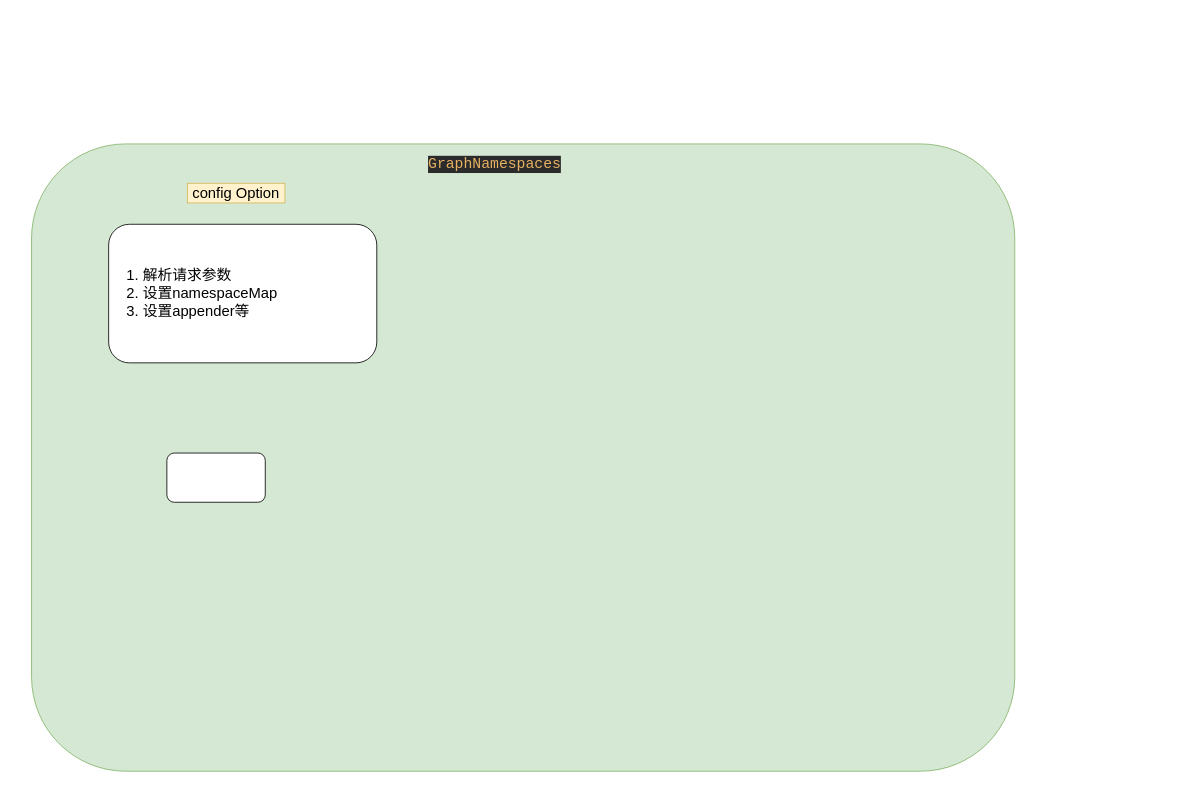
Above: concepts/kiali.drawio in mark8s/service-mesh (draw.io), before the change. Source tidied: cells renumbered, new cells numbered last; positions are measured from the earlier drawing's top-left corner, leaving out a move shared by most shapes. Both pictures are drawn from the tidied source at 82%, with x=0, y=0 at pixel (31, 144).
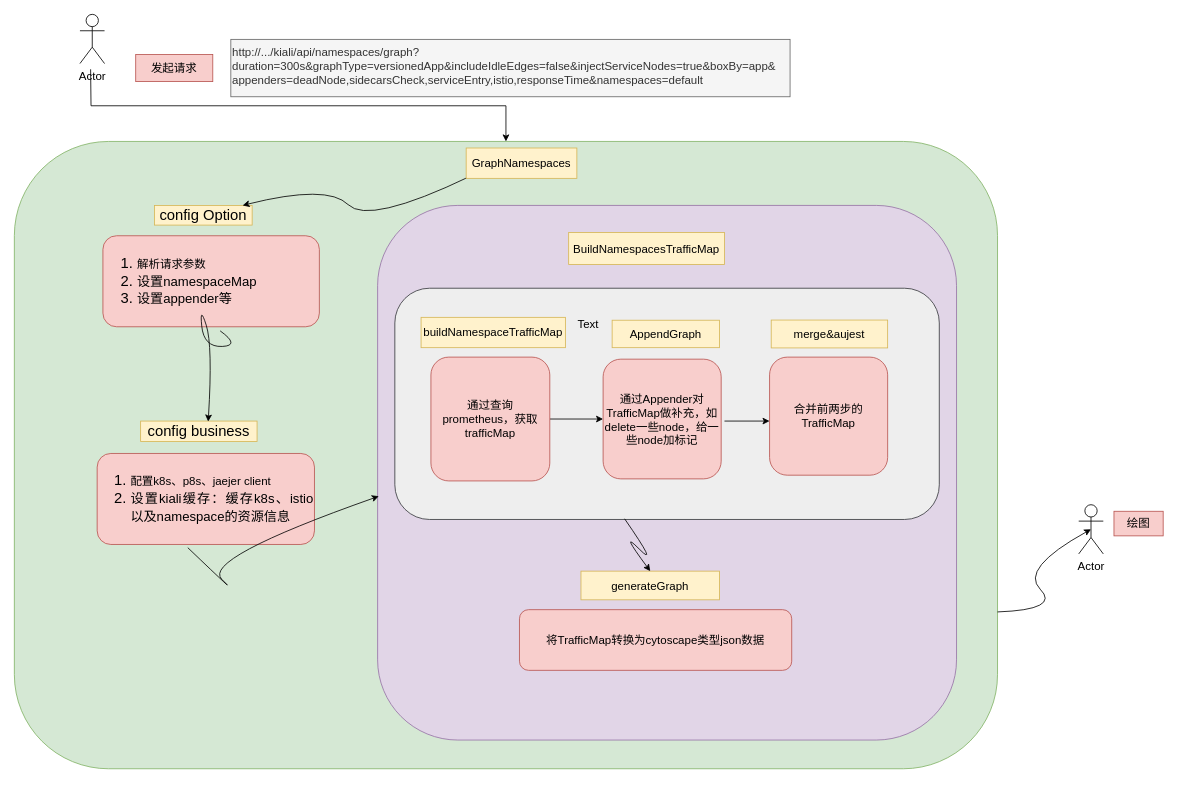
The same diagram, later.

What changed in the source:
```diff
@@
     <mxCell id="2" style="rounded=1;whiteSpace=wrap;html=1;fillColor=#d5e8d4;strokeColor=#82b366;" parent="1" vertex="1">
-      <mxGeometry width="1199" height="765" as="geometry" />
+      <mxGeometry x="-21" y="-3" width="1199" height="765" as="geometry" />
     </mxCell>
-    <mxCell id="3" value="&lt;pre style=&quot;background-color: rgb(43 , 43 , 43) ; color: rgb(169 , 183 , 198) ; font-family: &amp;#34;jetbrains mono&amp;#34; , monospace&quot;&gt;&lt;span style=&quot;color: rgb(230 , 177 , 99)&quot;&gt;&lt;font style=&quot;font-size: 18px&quot;&gt;GraphNamespaces&lt;/font&gt;&lt;/span&gt;&lt;/pre&gt;" style="text;html=1;strokeColor=none;fillColor=none;align=center;verticalAlign=middle;whiteSpace=wrap;rounded=0;" parent="1" vertex="1">
-      <mxGeometry x="535" y="10" width="60" height="30" as="geometry" />
-    </mxCell>
-    <mxCell id="4" style="rounded=1;whiteSpace=wrap;html=1;fontSize=18;" parent="1" vertex="1">
-      <mxGeometry x="165" y="377" width="120" height="60" as="geometry" />
+    <mxCell id="4" value="&lt;ol&gt;&lt;li style=&quot;text-align: justify&quot;&gt;&lt;font style=&quot;font-size: 14px&quot;&gt;配置k8s、p8s、jaejer client&lt;/font&gt;&lt;/li&gt;&lt;li style=&quot;text-align: justify&quot;&gt;&lt;font size=&quot;3&quot;&gt;设置kiali缓存：缓存k8s、istio以及namespace的资源信息&lt;/font&gt;&lt;/li&gt;&lt;/ol&gt;" style="rounded=1;whiteSpace=wrap;html=1;fontSize=18;fillColor=#f8cecc;strokeColor=#b85450;" parent="1" vertex="1">
+      <mxGeometry x="80" y="377.5" width="265" height="111" as="geometry" />
     </mxCell>
-    <mxCell id="5" value="&lt;ol&gt;&lt;li&gt;解析请求参数&lt;/li&gt;&lt;li&gt;设置namespaceMap&lt;/li&gt;&lt;li&gt;设置appender等&lt;/li&gt;&lt;/ol&gt;&lt;div style=&quot;text-align: justify&quot;&gt;&lt;/div&gt;" style="rounded=1;whiteSpace=wrap;html=1;fontSize=18;align=left;" parent="1" vertex="1">
-      <mxGeometry x="94" y="98" width="327" height="169" as="geometry" />
+    <mxCell id="5" value="&lt;ol&gt;&lt;li&gt;&lt;font style=&quot;font-size: 14px&quot;&gt;解析请求参数&lt;/font&gt;&lt;/li&gt;&lt;li&gt;&lt;font size=&quot;3&quot;&gt;设置namespaceMap&lt;/font&gt;&lt;/li&gt;&lt;li&gt;&lt;font size=&quot;3&quot;&gt;设置appender等&lt;/font&gt;&lt;/li&gt;&lt;/ol&gt;&lt;div style=&quot;text-align: justify&quot;&gt;&lt;/div&gt;" style="rounded=1;whiteSpace=wrap;html=1;fontSize=18;align=left;fillColor=#f8cecc;strokeColor=#b85450;" parent="1" vertex="1">
+      <mxGeometry x="87" y="112" width="264" height="111" as="geometry" />
     </mxCell>
     <mxCell id="6" value="config Option" style="text;html=1;strokeColor=#d6b656;fillColor=#fff2cc;align=center;verticalAlign=middle;whiteSpace=wrap;rounded=0;fontSize=18;" parent="1" vertex="1">
-      <mxGeometry x="190" y="48" width="119" height="24" as="geometry" />
+      <mxGeometry x="150" y="75" width="119" height="24" as="geometry" />
     </mxCell>
+    <mxCell id="7" style="curved=1;endArrow=classic;html=1;rounded=0;fontSize=18;" parent="1" edge="1" target="6">
+      <mxGeometry relative="1" as="geometry">
+        <mxPoint x="535" y="39.4" as="sourcePoint" />
+        <Array as="points">
+          <mxPoint x="411" y="99" />
+          <mxPoint x="361" y="49" />
+        </Array>
+      </mxGeometry>
+    </mxCell>
+    <mxCell id="8" value="config business" style="text;html=1;strokeColor=#d6b656;fillColor=#fff2cc;align=center;verticalAlign=middle;whiteSpace=wrap;rounded=0;fontSize=18;" parent="1" vertex="1">
+      <mxGeometry x="133" y="338" width="142" height="25" as="geometry" />
+    </mxCell>
+    <mxCell id="9" style="curved=1;endArrow=classic;html=1;rounded=0;fontSize=18;entryX=0.58;entryY=0.024;entryDx=0;entryDy=0;entryPerimeter=0;" parent="1" edge="1" target="8">
+      <mxGeometry relative="1" as="geometry">
+        <mxPoint x="230" y="228" as="sourcePoint" />
+        <Array as="points">
+          <mxPoint x="255" y="246" />
+          <mxPoint x="210" y="248" />
+          <mxPoint x="205" y="196" />
+          <mxPoint x="221" y="246" />
+        </Array>
+      </mxGeometry>
+    </mxCell>
+    <mxCell id="10" style="rounded=1;whiteSpace=wrap;html=1;fontSize=14;fillColor=#e1d5e7;strokeColor=#9673a6;" parent="1" vertex="1">
+      <mxGeometry x="422" y="75" width="706" height="652" as="geometry" />
+    </mxCell>
+    <mxCell id="11" style="rounded=1;whiteSpace=wrap;html=1;fontSize=14;fillColor=#eeeeee;strokeColor=#36393d;" parent="1" vertex="1">
+      <mxGeometry x="443" y="176" width="664" height="282" as="geometry" />
+    </mxCell>
+    <mxCell id="12" value="BuildNamespacesTrafficMap" style="text;html=1;strokeColor=#d6b656;fillColor=#fff2cc;align=center;verticalAlign=middle;whiteSpace=wrap;rounded=0;fontSize=14;" parent="1" vertex="1">
+      <mxGeometry x="655" y="108" width="190" height="39" as="geometry" />
+    </mxCell>
+    <mxCell id="13" style="edgeStyle=orthogonalEdgeStyle;rounded=0;jettySize=auto;html=1;exitX=1;exitY=0.5;exitDx=0;exitDy=0;entryX=0;entryY=0.5;entryDx=0;entryDy=0;fontSize=14;" parent="1" edge="1" source="14" target="16">
+      <mxGeometry relative="1" as="geometry" />
+    </mxCell>
+    <mxCell id="14" value="通过查询prometheus，获取trafficMap" style="rounded=1;whiteSpace=wrap;html=1;fontSize=14;fillColor=#f8cecc;strokeColor=#b85450;" parent="1" vertex="1">
+      <mxGeometry x="487" y="260" width="145" height="151" as="geometry" />
+    </mxCell>
+    <mxCell id="15" value="buildNamespaceTrafficMap" style="text;html=1;strokeColor=#d6b656;fillColor=#fff2cc;align=center;verticalAlign=middle;whiteSpace=wrap;rounded=0;fontSize=14;" parent="1" vertex="1">
+      <mxGeometry x="475" y="211.5" width="176" height="37" as="geometry" />
+    </mxCell>
+    <mxCell id="16" value="通过Appender对TrafficMap做补充，如delete一些node，给一些node加标记" style="rounded=1;whiteSpace=wrap;html=1;fontSize=14;fillColor=#f8cecc;strokeColor=#b85450;" parent="1" vertex="1">
+      <mxGeometry x="697" y="262.5" width="144" height="146" as="geometry" />
+    </mxCell>
+    <mxCell id="17" value="AppendGraph" style="text;html=1;strokeColor=#d6b656;fillColor=#fff2cc;align=center;verticalAlign=middle;whiteSpace=wrap;rounded=0;fontSize=14;" parent="1" vertex="1">
+      <mxGeometry x="708" y="215" width="131" height="33.5" as="geometry" />
+    </mxCell>
+    <mxCell id="18" value="合并前两步的TrafficMap" style="rounded=1;whiteSpace=wrap;html=1;fontSize=14;fillColor=#f8cecc;strokeColor=#b85450;" parent="1" vertex="1">
+      <mxGeometry x="900" y="260" width="144" height="144" as="geometry" />
+    </mxCell>
+    <mxCell id="19" style="curved=1;endArrow=classic;html=1;rounded=0;fontSize=14;entryX=0.002;entryY=0.544;entryDx=0;entryDy=0;entryPerimeter=0;exitX=0.417;exitY=1.035;exitDx=0;exitDy=0;exitPerimeter=0;" parent="1" edge="1" source="4" target="10">
+      <mxGeometry relative="1" as="geometry">
+        <Array as="points">
+          <mxPoint x="257" y="556" />
+          <mxPoint x="207" y="506" />
+        </Array>
+      </mxGeometry>
+    </mxCell>
+    <mxCell id="20" value="merge&amp;amp;aujest" style="text;html=1;strokeColor=#d6b656;fillColor=#fff2cc;align=center;verticalAlign=middle;whiteSpace=wrap;rounded=0;fontSize=14;" parent="1" vertex="1">
+      <mxGeometry x="902" y="214.8" width="142" height="34" as="geometry" />
+    </mxCell>
+    <mxCell id="21" style="endArrow=classic;html=1;rounded=0;fontSize=14;" parent="1" edge="1">
+      <mxGeometry relative="1" as="geometry">
+        <mxPoint x="845" y="338" as="sourcePoint" />
+        <mxPoint x="900" y="338" as="targetPoint" />
+      </mxGeometry>
+    </mxCell>
+    <mxCell id="22" value="&lt;span&gt;将TrafficMap转换为cytoscape类型json数据&lt;/span&gt;" style="rounded=1;whiteSpace=wrap;html=1;fontSize=14;fillColor=#f8cecc;strokeColor=#b85450;" parent="1" vertex="1">
+      <mxGeometry x="595" y="568" width="332" height="74" as="geometry" />
+    </mxCell>
+    <mxCell id="23" value="generateGraph" style="text;html=1;strokeColor=#d6b656;fillColor=#fff2cc;align=center;verticalAlign=middle;whiteSpace=wrap;rounded=0;fontSize=14;" parent="1" vertex="1">
+      <mxGeometry x="670" y="521" width="169" height="35" as="geometry" />
+    </mxCell>
+    <mxCell id="24" style="curved=1;endArrow=classic;html=1;rounded=0;fontSize=14;exitX=0.422;exitY=0.997;exitDx=0;exitDy=0;exitPerimeter=0;entryX=0.5;entryY=0;entryDx=0;entryDy=0;" parent="1" edge="1" source="11" target="23">
+      <mxGeometry relative="1" as="geometry">
+        <Array as="points">
+          <mxPoint x="766" y="519" />
+          <mxPoint x="716" y="469" />
+        </Array>
+      </mxGeometry>
+    </mxCell>
+    <mxCell id="25" style="edgeStyle=orthogonalEdgeStyle;rounded=0;jettySize=auto;html=1;fontSize=14;" parent="1" edge="1" target="2">
+      <mxGeometry relative="1" as="geometry">
+        <mxPoint x="72" y="-91" as="sourcePoint" />
+      </mxGeometry>
+    </mxCell>
+    <mxCell id="26" value="Text" style="text;html=1;strokeColor=none;fillColor=none;align=center;verticalAlign=middle;whiteSpace=wrap;rounded=0;fontSize=14;" parent="1" vertex="1">
+      <mxGeometry x="649" y="205" width="60" height="30" as="geometry" />
+    </mxCell>
+    <mxCell id="27" value="http://.../kiali/api/namespaces/graph?&lt;br&gt;duration=300s&amp;amp;graphType=versionedApp&amp;amp;includeIdleEdges=false&amp;amp;injectServiceNodes=true&amp;amp;boxBy=app&amp;amp;&lt;br&gt;appenders=deadNode,sidecarsCheck,serviceEntry,istio,responseTime&amp;amp;namespaces=default" style="text;whiteSpace=wrap;html=1;fontSize=14;fillColor=#f5f5f5;strokeColor=#666666;fontColor=#333333;" parent="1" vertex="1">
+      <mxGeometry x="243" y="-127.5" width="682" height="70" as="geometry" />
+    </mxCell>
+    <mxCell id="28" value="发起请求" style="text;html=1;strokeColor=#b85450;fillColor=#f8cecc;align=center;verticalAlign=middle;whiteSpace=wrap;rounded=0;fontSize=14;" parent="1" vertex="1">
+      <mxGeometry x="127" y="-109" width="94" height="33" as="geometry" />
+    </mxCell>
+    <mxCell id="3" value="GraphNamespaces" style="text;html=1;strokeColor=#d6b656;fillColor=#fff2cc;align=center;verticalAlign=middle;whiteSpace=wrap;rounded=0;fontSize=14;" parent="1" vertex="1">
+      <mxGeometry x="530" y="5" width="135" height="37" as="geometry" />
+    </mxCell>
+    <mxCell id="29" style="curved=1;endArrow=classic;html=1;rounded=0;fontSize=14;exitX=1;exitY=0.75;exitDx=0;exitDy=0;entryX=0.5;entryY=0.5;entryDx=0;entryDy=0;entryPerimeter=0;" parent="1" edge="1" source="2" target="30">
+      <mxGeometry relative="1" as="geometry">
+        <Array as="points">
+          <mxPoint x="1255" y="568" />
+          <mxPoint x="1205" y="518" />
+        </Array>
+      </mxGeometry>
+    </mxCell>
+    <mxCell id="30" value="Actor" style="shape=umlActor;verticalLabelPosition=bottom;verticalAlign=top;html=1;outlineConnect=0;fontSize=14;" parent="1" vertex="1">
+      <mxGeometry x="1277" y="440" width="30" height="60" as="geometry" />
+    </mxCell>
+    <mxCell id="31" value="绘图" style="text;html=1;strokeColor=#b85450;fillColor=#f8cecc;align=center;verticalAlign=middle;whiteSpace=wrap;rounded=0;fontSize=14;" parent="1" vertex="1">
+      <mxGeometry x="1320" y="448" width="60" height="30" as="geometry" />
+    </mxCell>
+    <mxCell id="32" value="Actor" style="shape=umlActor;verticalLabelPosition=bottom;verticalAlign=top;html=1;fontSize=14;" parent="1" vertex="1">
+      <mxGeometry x="59" y="-158" width="30" height="60" as="geometry" />
+    </mxCell>
```
